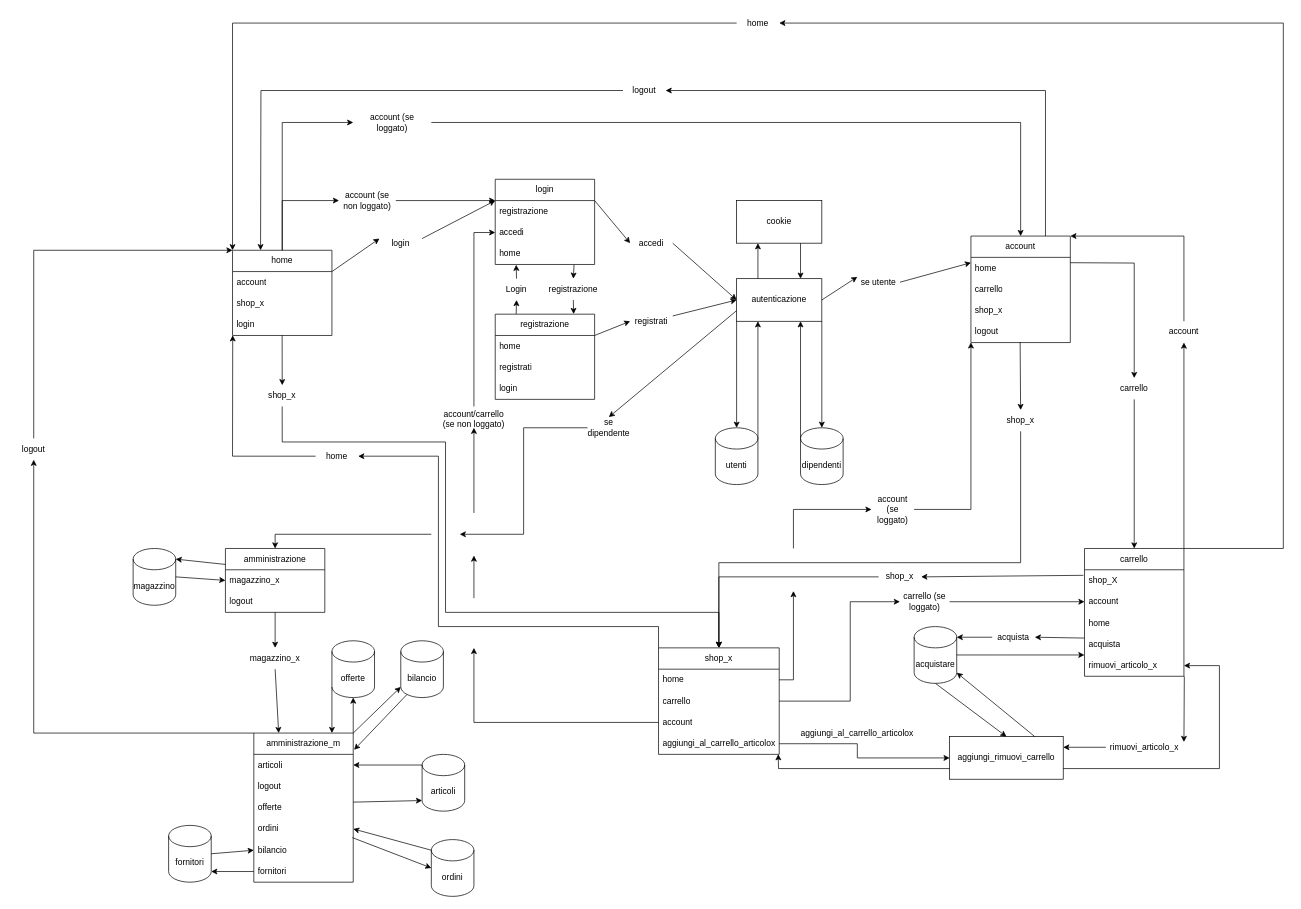
This is Documenti/progettazione_sito.drawio from Bugigio/Negozi-Sportivi, a draw.io file, before an edit. Source tidied: cells renumbered, new cells numbered last; positions are measured from the earlier drawing's top-left corner, leaving out a move shared by most shapes. Both pictures are drawn from the tidied source at 71%, with x=0, y=0 at pixel (12, 12).
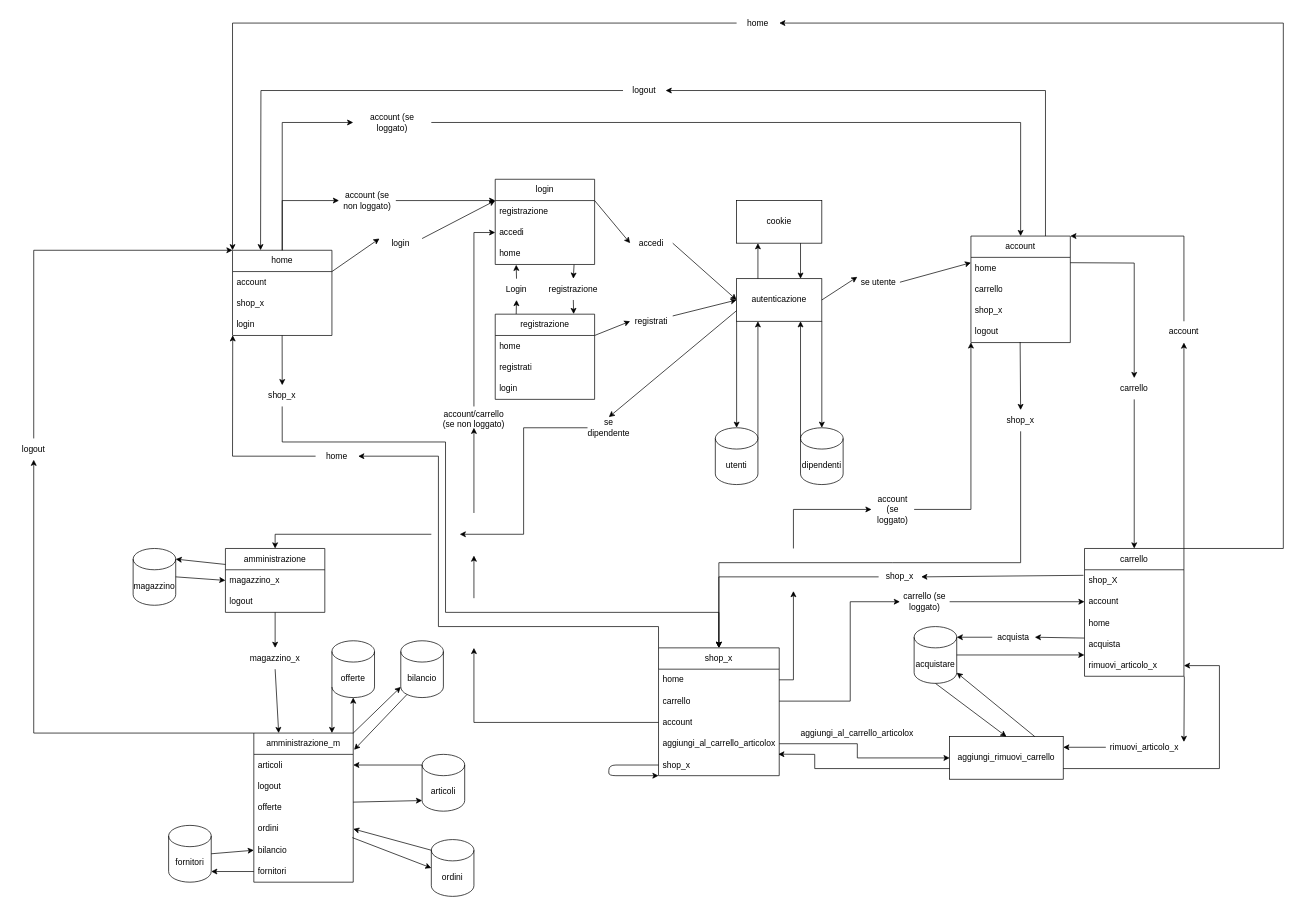
After the change.

The change refers to these unchanged cells:
```xml
<mxCell id="6" value="aggiungi_al_carrello_articolox" style="text;strokeColor=none;fillColor=none;align=left;verticalAlign=middle;spacingLeft=4;spacingRight=4;overflow=hidden;points=[[0,0.5],[1,0.5]];portConstraint=eastwest;whiteSpace=wrap;html=1;" parent="2" vertex="1">
  <mxGeometry y="120" width="170" height="30" as="geometry" />
</mxCell>
<mxCell id="143" value="aggiungi_rimuovi_carrello" style="rounded=0;whiteSpace=wrap;html=1;" parent="1" vertex="1">
  <mxGeometry x="1320" y="1020" width="160" height="60" as="geometry" />
</mxCell>
```

Diff of the diagram source:
```diff
@@
     <mxCell id="2" value="shop_x" style="swimlane;fontStyle=0;horizontal=1;startSize=30;whiteSpace=wrap;html=1;" parent="1" vertex="1">
-      <mxGeometry x="910" y="895" width="170" height="150" as="geometry" />
+      <mxGeometry x="910" y="895" width="170" height="180" as="geometry" />
     </mxCell>
@@
+    <mxCell id="153" value="shop_x" style="text;strokeColor=none;fillColor=none;align=left;verticalAlign=middle;spacingLeft=4;spacingRight=4;overflow=hidden;points=[[0,0.5],[1,0.5]];portConstraint=eastwest;whiteSpace=wrap;html=1;" parent="2" vertex="1">
+      <mxGeometry y="150" width="170" height="30" as="geometry" />
+    </mxCell>
+    <mxCell id="154" style="endArrow=classic;html=1;exitX=0;exitY=0.5;exitDx=0;exitDy=0;entryX=0;entryY=1;entryDx=0;entryDy=0;entryPerimeter=0;" parent="2" edge="1" source="153" target="153">
+      <mxGeometry relative="1" as="geometry">
+        <Array as="points">
+          <mxPoint x="-70" y="165" />
+          <mxPoint x="-70" y="180" />
+        </Array>
+      </mxGeometry>
+    </mxCell>
@@
     <mxCell id="145" style="endArrow=classic;html=1;rounded=0;entryX=0.992;entryY=0.991;entryDx=0;entryDy=0;entryPerimeter=0;exitX=0;exitY=0.75;exitDx=0;exitDy=0;" parent="1" edge="1" source="143" target="6">
       <mxGeometry relative="1" as="geometry">
         <Array as="points">
-          <mxPoint x="1079" y="1065" />
+          <mxPoint x="1130" y="1065" />
+          <mxPoint x="1130" y="1045" />
         </Array>
       </mxGeometry>
     </mxCell>
```
